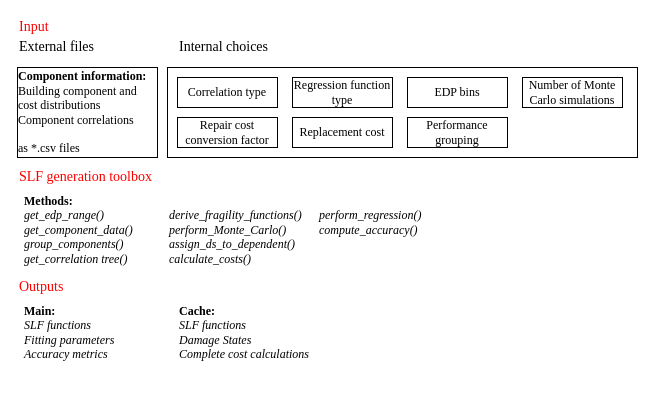
The draw.io diagram slf_toolbox.drawio in davitshahnazaryan3/SLFGenerator, before the edit. Source tidied: cells renumbered, new cells numbered last; positions are measured from the earlier drawing's top-left corner, leaving out a move shared by most shapes. Both pictures are drawn from the tidied source at 100%, with x=0, y=0 at pixel (17, 17). Pictures stored in the file or linked from it are replaced by grey dashed boxes.
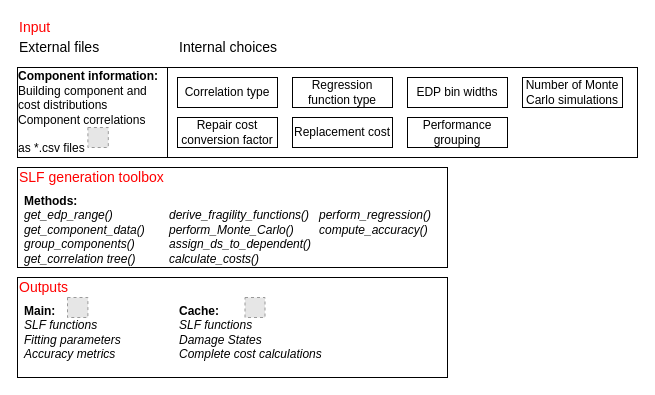
The same page after the edit.

What changed in the source:
```diff
@@
-    <mxCell id="2" style="rounded=0;whiteSpace=wrap;html=1;fontFamily=Times New Roman;fontSize=12;fontColor=#000000;align=center;fillColor=none;" parent="1" vertex="1">
+    <mxCell id="2" style="rounded=0;whiteSpace=wrap;html=1;fontFamily=Helvetica;fontSize=12;fontColor=#000000;align=center;fillColor=none;" parent="1" vertex="1">
       <mxGeometry x="150" y="50" width="470" height="90" as="geometry" />
     </mxCell>
-    <mxCell id="3" value="&lt;div style=&quot;text-align: left&quot;&gt;&lt;b&gt;Component information:&lt;/b&gt;&lt;/div&gt;&lt;div style=&quot;text-align: left&quot;&gt;&lt;span&gt;Building component and cost distributions&lt;/span&gt;&lt;/div&gt;&lt;div style=&quot;text-align: left&quot;&gt;&lt;span&gt;Component correlations&lt;/span&gt;&lt;/div&gt;&lt;div style=&quot;text-align: left&quot;&gt;&lt;span&gt;&lt;br&gt;&lt;/span&gt;&lt;/div&gt;&lt;div style=&quot;text-align: left&quot;&gt;&lt;span&gt;as *.csv files&lt;/span&gt;&lt;/div&gt;" style="rounded=0;whiteSpace=wrap;html=1;fontFamily=Times New Roman;" parent="1" vertex="1">
-      <mxGeometry y="50" width="140" height="90" as="geometry" />
+    <mxCell id="3" value="&lt;div style=&quot;text-align: left&quot;&gt;&lt;b&gt;Component information:&lt;/b&gt;&lt;/div&gt;&lt;div style=&quot;text-align: left&quot;&gt;&lt;span&gt;Building component and cost distributions&lt;/span&gt;&lt;/div&gt;&lt;div style=&quot;text-align: left&quot;&gt;&lt;span&gt;Component correlations&lt;/span&gt;&lt;/div&gt;&lt;div style=&quot;text-align: left&quot;&gt;&lt;span&gt;&lt;br&gt;&lt;/span&gt;&lt;/div&gt;&lt;div style=&quot;text-align: left&quot;&gt;&lt;span&gt;as *.csv files&lt;/span&gt;&lt;/div&gt;" style="rounded=0;whiteSpace=wrap;html=1;fontFamily=Helvetica;" parent="1" vertex="1">
+      <mxGeometry y="50" width="150" height="90" as="geometry" />
     </mxCell>
-    <mxCell id="4" value="Input" style="text;html=1;strokeColor=none;fillColor=none;align=left;verticalAlign=middle;whiteSpace=wrap;rounded=0;fontFamily=Times New Roman;fontSize=14;fontColor=#FF0000;" parent="1" vertex="1">
+    <mxCell id="4" value="Input" style="text;html=1;strokeColor=none;fillColor=none;align=left;verticalAlign=middle;whiteSpace=wrap;rounded=0;fontFamily=Helvetica;fontSize=14;fontColor=#FF0000;" parent="1" vertex="1">
       <mxGeometry width="40" height="20" as="geometry" />
     </mxCell>
-    <mxCell id="5" value="External files" style="text;html=1;strokeColor=none;fillColor=none;align=left;verticalAlign=middle;whiteSpace=wrap;rounded=0;fontFamily=Times New Roman;fontSize=14;fontStyle=0;" parent="1" vertex="1">
+    <mxCell id="5" value="External files" style="text;html=1;strokeColor=none;fillColor=none;align=left;verticalAlign=middle;whiteSpace=wrap;rounded=0;fontFamily=Helvetica;fontSize=14;fontStyle=0;" parent="1" vertex="1">
       <mxGeometry y="20" width="90" height="20" as="geometry" />
     </mxCell>
-    <mxCell id="6" value="Internal choices" style="text;html=1;strokeColor=none;fillColor=none;align=left;verticalAlign=middle;whiteSpace=wrap;rounded=0;fontFamily=Times New Roman;fontSize=14;fontStyle=0;" parent="1" vertex="1">
+    <mxCell id="6" value="Internal choices" style="text;html=1;strokeColor=none;fillColor=none;align=left;verticalAlign=middle;whiteSpace=wrap;rounded=0;fontFamily=Helvetica;fontSize=14;fontStyle=0;" parent="1" vertex="1">
       <mxGeometry x="160" y="20" width="120" height="20" as="geometry" />
     </mxCell>
-    <mxCell id="7" value="Correlation type" style="rounded=0;whiteSpace=wrap;html=1;fontFamily=Times New Roman;fontSize=12;fontColor=#000000;align=center;" parent="1" vertex="1">
+    <mxCell id="7" value="Correlation type" style="rounded=0;whiteSpace=wrap;html=1;fontFamily=Helvetica;fontSize=12;fontColor=#000000;align=center;" parent="1" vertex="1">
       <mxGeometry x="160" y="60" width="100" height="30" as="geometry" />
     </mxCell>
-    <mxCell id="8" value="Regression function type" style="rounded=0;whiteSpace=wrap;html=1;fontFamily=Times New Roman;fontSize=12;fontColor=#000000;align=center;" parent="1" vertex="1">
+    <mxCell id="8" value="Regression function type" style="rounded=0;whiteSpace=wrap;html=1;fontFamily=Helvetica;fontSize=12;fontColor=#000000;align=center;" parent="1" vertex="1">
       <mxGeometry x="275" y="60" width="100" height="30" as="geometry" />
     </mxCell>
-    <mxCell id="9" value="EDP bins" style="rounded=0;whiteSpace=wrap;html=1;fontFamily=Times New Roman;fontSize=12;fontColor=#000000;align=center;" parent="1" vertex="1">
+    <mxCell id="9" value="EDP bin widths" style="rounded=0;whiteSpace=wrap;html=1;fontFamily=Helvetica;fontSize=12;fontColor=#000000;align=center;" parent="1" vertex="1">
       <mxGeometry x="390" y="60" width="100" height="30" as="geometry" />
     </mxCell>
-    <mxCell id="10" value="Number of Monte Carlo simulations" style="rounded=0;whiteSpace=wrap;html=1;fontFamily=Times New Roman;fontSize=12;fontColor=#000000;align=center;" parent="1" vertex="1">
+    <mxCell id="10" value="Number of Monte Carlo simulations" style="rounded=0;whiteSpace=wrap;html=1;fontFamily=Helvetica;fontSize=12;fontColor=#000000;align=center;" parent="1" vertex="1">
       <mxGeometry x="505" y="60" width="100" height="30" as="geometry" />
     </mxCell>
-    <mxCell id="11" value="Repair cost conversion factor" style="rounded=0;whiteSpace=wrap;html=1;fontFamily=Times New Roman;fontSize=12;fontColor=#000000;align=center;" parent="1" vertex="1">
+    <mxCell id="11" value="Repair cost conversion factor" style="rounded=0;whiteSpace=wrap;html=1;fontFamily=Helvetica;fontSize=12;fontColor=#000000;align=center;" parent="1" vertex="1">
       <mxGeometry x="160" y="100" width="100" height="30" as="geometry" />
     </mxCell>
-    <mxCell id="12" value="Replacement cost" style="rounded=0;whiteSpace=wrap;html=1;fontFamily=Times New Roman;fontSize=12;fontColor=#000000;align=center;" parent="1" vertex="1">
+    <mxCell id="12" value="Replacement cost" style="rounded=0;whiteSpace=wrap;html=1;fontFamily=Helvetica;fontSize=12;fontColor=#000000;align=center;" parent="1" vertex="1">
       <mxGeometry x="275" y="100" width="100" height="30" as="geometry" />
     </mxCell>
-    <mxCell id="13" value="Performance grouping" style="rounded=0;whiteSpace=wrap;html=1;fontFamily=Times New Roman;fontSize=12;fontColor=#000000;align=center;" parent="1" vertex="1">
+    <mxCell id="13" value="Performance grouping" style="rounded=0;whiteSpace=wrap;html=1;fontFamily=Helvetica;fontSize=12;fontColor=#000000;align=center;" parent="1" vertex="1">
       <mxGeometry x="390" y="100" width="100" height="30" as="geometry" />
     </mxCell>
-    <mxCell id="14" value="SLF generation toolbox" style="text;html=1;strokeColor=none;fillColor=none;align=left;verticalAlign=middle;whiteSpace=wrap;rounded=0;fontFamily=Times New Roman;fontSize=14;fontColor=#FF0000;" parent="1" vertex="1">
+    <mxCell id="14" value="SLF generation toolbox" style="text;html=1;strokeColor=none;fillColor=none;align=left;verticalAlign=middle;whiteSpace=wrap;rounded=0;fontFamily=Helvetica;fontSize=14;fontColor=#FF0000;" parent="1" vertex="1">
       <mxGeometry y="150" width="160" height="20" as="geometry" />
     </mxCell>
-    <mxCell id="15" value="&lt;div&gt;&lt;b&gt;Methods:&lt;/b&gt;&lt;/div&gt;&lt;div&gt;&lt;i&gt;get_edp_range()&lt;/i&gt;&lt;/div&gt;&lt;div&gt;&lt;i&gt;get_component_data()&lt;/i&gt;&lt;/div&gt;&lt;div&gt;&lt;i&gt;group_components()&lt;/i&gt;&lt;/div&gt;&lt;div&gt;&lt;i&gt;get_correlation tree()&lt;/i&gt;&lt;/div&gt;&lt;div&gt;&lt;br&gt;&lt;/div&gt;" style="text;whiteSpace=wrap;html=1;fontSize=12;fontFamily=Times New Roman;fontColor=#000000;" parent="1" vertex="1">
+    <mxCell id="15" value="&lt;div&gt;&lt;b&gt;Methods:&lt;/b&gt;&lt;/div&gt;&lt;div&gt;&lt;i&gt;get_edp_range()&lt;/i&gt;&lt;/div&gt;&lt;div&gt;&lt;i&gt;get_component_data()&lt;/i&gt;&lt;/div&gt;&lt;div&gt;&lt;i&gt;group_components()&lt;/i&gt;&lt;/div&gt;&lt;div&gt;&lt;i&gt;get_correlation tree()&lt;/i&gt;&lt;/div&gt;&lt;div&gt;&lt;br&gt;&lt;/div&gt;" style="text;whiteSpace=wrap;html=1;fontSize=12;fontFamily=Helvetica;fontColor=#000000;" parent="1" vertex="1">
       <mxGeometry x="5" y="170" width="130" height="80" as="geometry" />
     </mxCell>
-    <mxCell id="16" value="&lt;div&gt;&lt;i&gt;&lt;br&gt;&lt;/i&gt;&lt;/div&gt;&lt;div&gt;&lt;i&gt;derive_fragility_functions()&lt;/i&gt;&lt;br&gt;&lt;/div&gt;&lt;div&gt;&lt;i&gt;perform_Monte_Carlo()&lt;/i&gt;&lt;/div&gt;&lt;div&gt;&lt;i&gt;assign_ds_to_dependent()&lt;/i&gt;&lt;/div&gt;&lt;div&gt;&lt;i&gt;calculate_costs()&lt;/i&gt;&lt;/div&gt;" style="text;whiteSpace=wrap;html=1;fontSize=12;fontFamily=Times New Roman;fontColor=#000000;" parent="1" vertex="1">
+    <mxCell id="16" value="&lt;div&gt;&lt;i&gt;&lt;br&gt;&lt;/i&gt;&lt;/div&gt;&lt;div&gt;&lt;i&gt;derive_fragility_functions()&lt;/i&gt;&lt;br&gt;&lt;/div&gt;&lt;div&gt;&lt;i&gt;perform_Monte_Carlo()&lt;/i&gt;&lt;/div&gt;&lt;div&gt;&lt;i&gt;assign_ds_to_dependent()&lt;/i&gt;&lt;/div&gt;&lt;div&gt;&lt;i&gt;calculate_costs()&lt;/i&gt;&lt;/div&gt;" style="text;whiteSpace=wrap;html=1;fontSize=12;fontFamily=Helvetica;fontColor=#000000;" parent="1" vertex="1">
       <mxGeometry x="150" y="170" width="150" height="80" as="geometry" />
     </mxCell>
-    <mxCell id="17" value="&lt;br&gt;&lt;i&gt;perform_regression()&lt;br&gt;compute_accuracy()&lt;/i&gt;" style="text;whiteSpace=wrap;html=1;fontSize=12;fontFamily=Times New Roman;fontColor=#000000;" parent="1" vertex="1">
+    <mxCell id="17" value="&lt;br&gt;&lt;i&gt;perform_regression()&lt;br&gt;compute_accuracy()&lt;/i&gt;" style="text;whiteSpace=wrap;html=1;fontSize=12;fontFamily=Helvetica;fontColor=#000000;" parent="1" vertex="1">
       <mxGeometry x="300" y="170" width="150" height="80" as="geometry" />
     </mxCell>
-    <mxCell id="18" value="Outputs" style="text;html=1;strokeColor=none;fillColor=none;align=left;verticalAlign=middle;whiteSpace=wrap;rounded=0;fontFamily=Times New Roman;fontSize=14;fontColor=#FF0000;" parent="1" vertex="1">
+    <mxCell id="18" value="Outputs" style="text;html=1;strokeColor=none;fillColor=none;align=left;verticalAlign=middle;whiteSpace=wrap;rounded=0;fontFamily=Helvetica;fontSize=14;fontColor=#FF0000;" parent="1" vertex="1">
       <mxGeometry y="260" width="40" height="20" as="geometry" />
     </mxCell>
-    <mxCell id="19" value="&lt;div&gt;&lt;b&gt;Main:&lt;/b&gt;&lt;/div&gt;&lt;div&gt;&lt;i&gt;SLF functions&lt;/i&gt;&lt;/div&gt;&lt;div&gt;&lt;i&gt;Fitting parameters&lt;/i&gt;&lt;/div&gt;&lt;div&gt;&lt;i&gt;Accuracy metrics&lt;/i&gt;&lt;/div&gt;" style="text;whiteSpace=wrap;html=1;fontSize=12;fontFamily=Times New Roman;fontColor=#000000;" parent="1" vertex="1">
+    <mxCell id="19" value="&lt;div&gt;&lt;b&gt;Main:&lt;/b&gt;&lt;/div&gt;&lt;div&gt;&lt;i&gt;SLF functions&lt;/i&gt;&lt;/div&gt;&lt;div&gt;&lt;i&gt;Fitting parameters&lt;/i&gt;&lt;/div&gt;&lt;div&gt;&lt;i&gt;Accuracy metrics&lt;/i&gt;&lt;/div&gt;" style="text;whiteSpace=wrap;html=1;fontSize=12;fontFamily=Helvetica;fontColor=#000000;" parent="1" vertex="1">
       <mxGeometry x="5" y="280" width="130" height="80" as="geometry" />
     </mxCell>
-    <mxCell id="20" value="&lt;div&gt;&lt;b&gt;Cache:&lt;/b&gt;&lt;/div&gt;&lt;div&gt;&lt;i&gt;SLF functions&lt;/i&gt;&lt;/div&gt;&lt;div&gt;&lt;i&gt;Damage States&lt;/i&gt;&lt;br&gt;&lt;/div&gt;&lt;div&gt;&lt;i&gt;Complete cost calculations&lt;/i&gt;&lt;/div&gt;" style="text;whiteSpace=wrap;html=1;fontSize=12;fontFamily=Times New Roman;fontColor=#000000;" parent="1" vertex="1">
+    <mxCell id="20" value="&lt;div&gt;&lt;b&gt;Cache:&lt;/b&gt;&lt;/div&gt;&lt;div&gt;&lt;i&gt;SLF functions&lt;/i&gt;&lt;/div&gt;&lt;div&gt;&lt;i&gt;Damage States&lt;/i&gt;&lt;br&gt;&lt;/div&gt;&lt;div&gt;&lt;i&gt;Complete cost calculations&lt;/i&gt;&lt;/div&gt;" style="text;whiteSpace=wrap;html=1;fontSize=12;fontFamily=Helvetica;fontColor=#000000;" parent="1" vertex="1">
       <mxGeometry x="160" y="280" width="170" height="80" as="geometry" />
     </mxCell>
+    <mxCell id="21" style="rounded=0;whiteSpace=wrap;html=1;fontFamily=Helvetica;fillColor=none;" parent="1" vertex="1">
+      <mxGeometry y="150" width="430" height="100" as="geometry" />
+    </mxCell>
+    <mxCell id="22" style="rounded=0;whiteSpace=wrap;html=1;fontFamily=Helvetica;fillColor=none;" parent="1" vertex="1">
+      <mxGeometry y="260" width="430" height="100" as="geometry" />
+    </mxCell>
+    <mxCell id="23" style="fillColor=#E6E6E6;strokeColor=#999999;dashed=1;verticalLabelPosition=bottom;labelBackgroundColor=#ffffff;verticalAlign=top;" parent="1" vertex="1">
+      <mxGeometry x="50" y="280" width="20.4" height="20" as="geometry" />
+    </mxCell>
+    <mxCell id="24" style="fillColor=#E6E6E6;strokeColor=#999999;dashed=1;verticalLabelPosition=bottom;labelBackgroundColor=#ffffff;verticalAlign=top;" parent="1" vertex="1">
+      <mxGeometry x="70.4" y="110" width="20.4" height="20" as="geometry" />
+    </mxCell>
+    <mxCell id="25" style="fillColor=#E6E6E6;strokeColor=#999999;dashed=1;verticalLabelPosition=bottom;labelBackgroundColor=#ffffff;verticalAlign=top;" parent="1" vertex="1">
+      <mxGeometry x="227.5" y="280" width="20" height="20" as="geometry" />
+    </mxCell>
```
